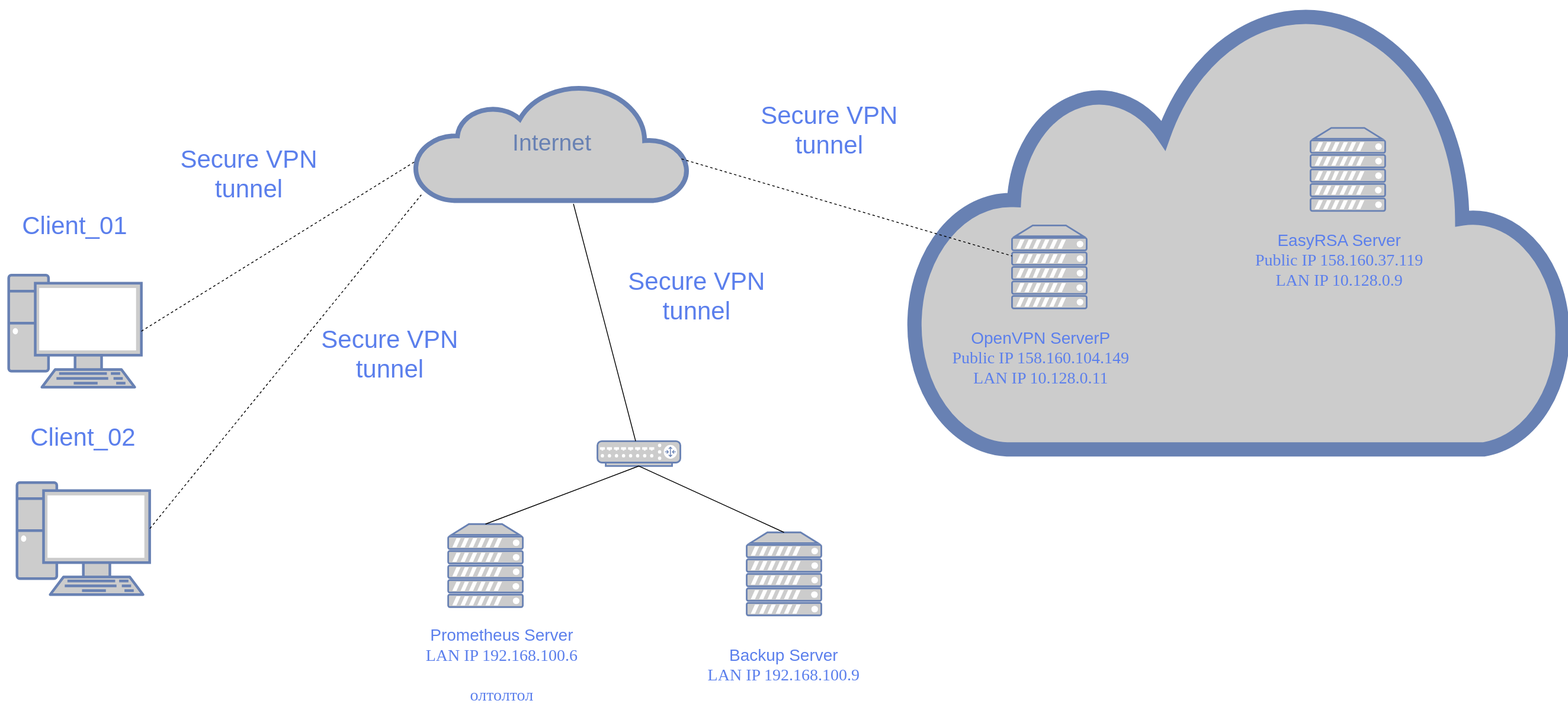
Before: Схема инфраструктуры.drawio.svg, a diagram exported from draw.io (IliaKoshkin/SkillBoxFinalWork). Source tidied: cells renumbered, new cells last; positions are measured from the earlier drawing's top-left corner, leaving out a move shared by most shapes.
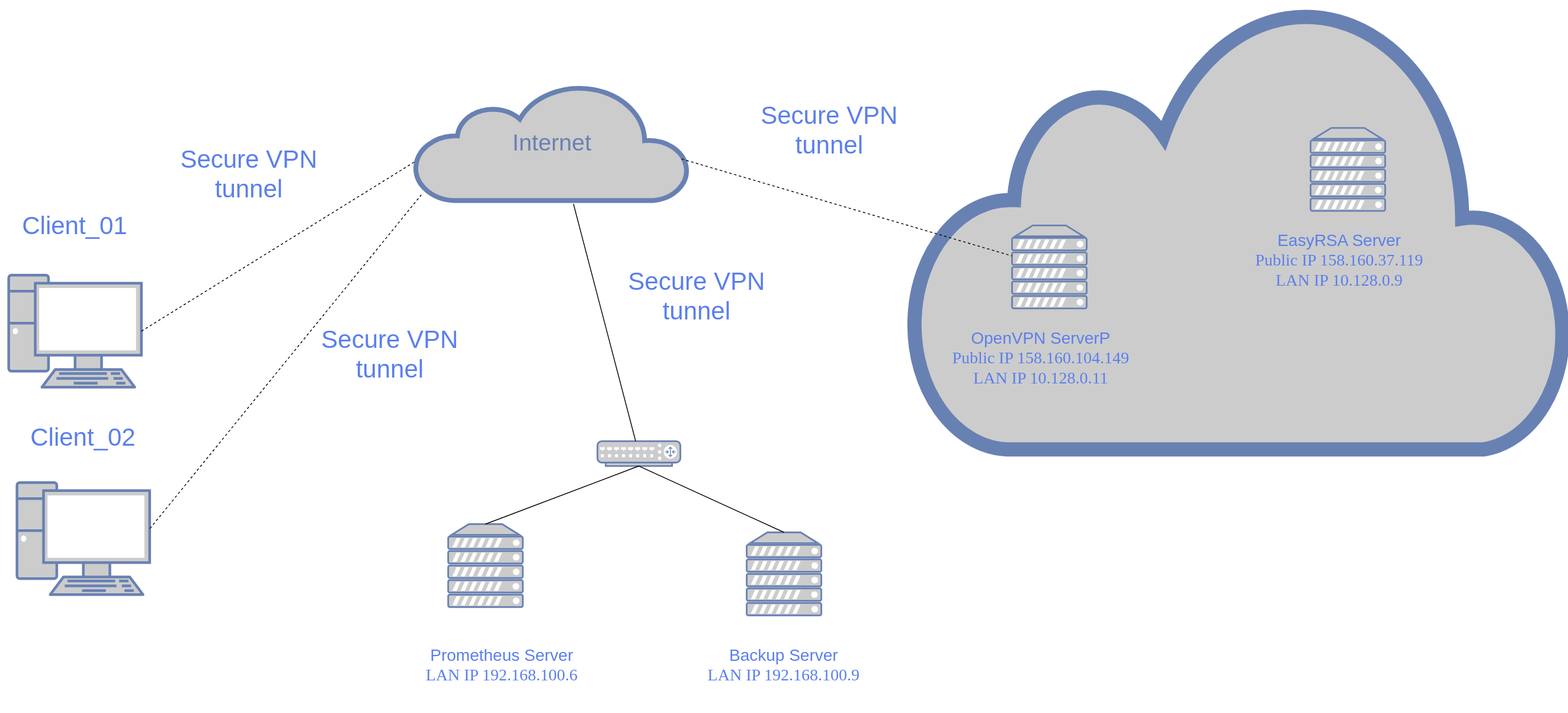
After the commit.

What changed in the source:
```diff
@@ -41,7 +41,7 @@
     <mxCell id="14" style="fontColor=#0066CC;verticalAlign=top;verticalLabelPosition=bottom;labelPosition=center;align=center;html=1;outlineConnect=0;fillColor=#CCCCCC;strokeColor=#6881B3;gradientColor=none;gradientDirection=north;strokeWidth=2;shape=mxgraph.networks.server;" parent="1" vertex="1">
       <mxGeometry x="540" y="630" width="90" height="100" as="geometry" />
     </mxCell>
-    <mxCell id="15" value="&lt;font style=&quot;font-size: 20px;&quot;&gt;Prometheus Server&lt;br style=&quot;border-color: var(--border-color); font-family: Verdana;&quot;&gt;&lt;span style=&quot;font-family: Verdana;&quot;&gt;LAN IP 192.168.100.6&lt;br&gt;&lt;br&gt;олтолтол&lt;br&gt;&lt;/span&gt;&lt;/font&gt;" style="text;strokeColor=none;align=center;fillColor=none;html=1;verticalAlign=middle;whiteSpace=wrap;rounded=0;fontColor=#5B7FEC;" parent="1" vertex="1">
+    <mxCell id="15" value="&lt;font style=&quot;font-size: 20px;&quot;&gt;Prometheus Server&lt;br style=&quot;border-color: var(--border-color); font-family: Verdana;&quot;&gt;&lt;span style=&quot;font-family: Verdana;&quot;&gt;LAN IP 192.168.100.6&lt;br&gt;&lt;/span&gt;&lt;/font&gt;" style="text;strokeColor=none;align=center;fillColor=none;html=1;verticalAlign=middle;whiteSpace=wrap;rounded=0;fontColor=#5B7FEC;" parent="1" vertex="1">
       <mxGeometry x="380" y="740" width="450" height="117.5" as="geometry" />
     </mxCell>
     <mxCell id="16" style="fontColor=#0066CC;verticalAlign=top;verticalLabelPosition=bottom;labelPosition=center;align=center;html=1;outlineConnect=0;fillColor=#CCCCCC;strokeColor=#6881B3;gradientColor=none;gradientDirection=north;strokeWidth=2;shape=mxgraph.networks.server;" parent="1" vertex="1">
```
